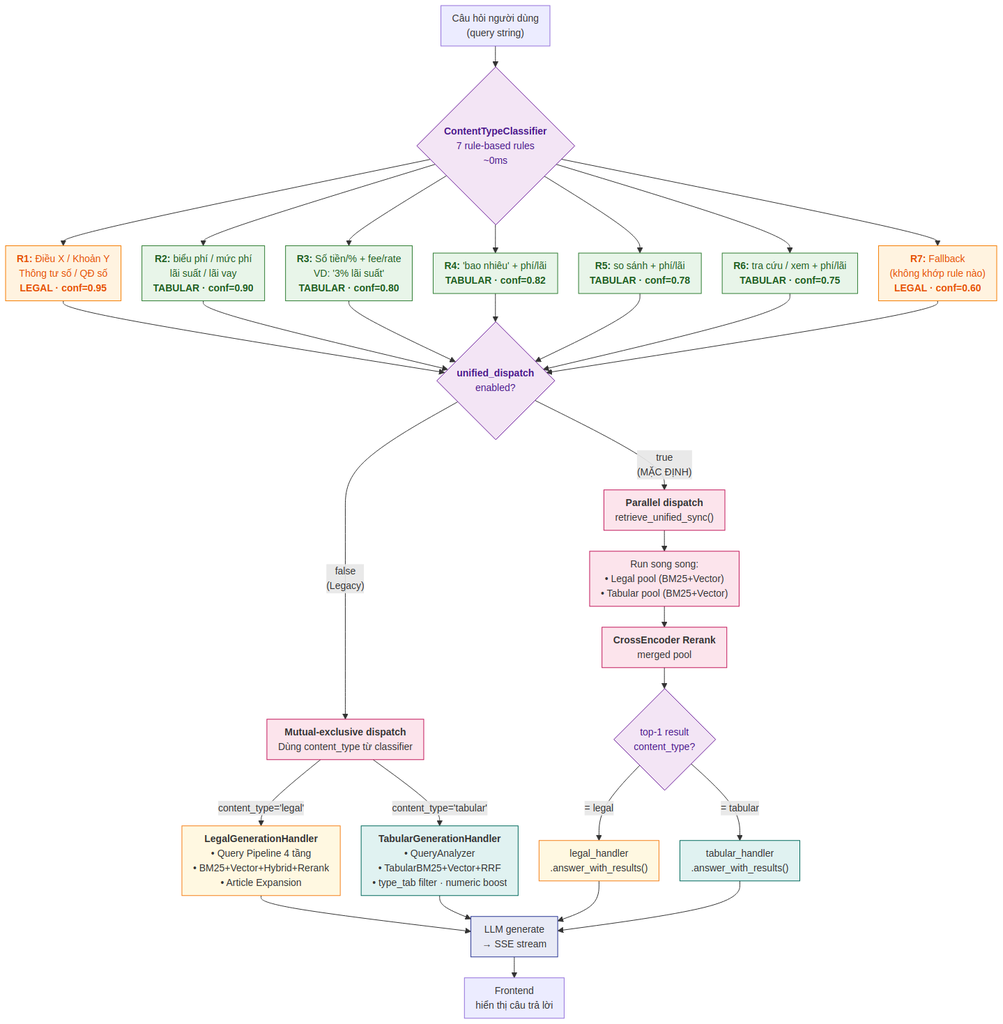
Above: so_do_RAG_TaiLieu/png/phan_1/hinh_6_1_dispatch_logic.png in HungNqItca/RAG-chatbot-docs (Mermaid), before the change. Its source is kept beside it as so_do_RAG_TaiLieu/mermaid/phan_1/hinh_6_1_dispatch_logic.mmd. Source of this version:
```mermaid
flowchart TB
    Q["Câu hỏi người dùng<br/>(query string)"]

    CLF{"<b>ContentTypeClassifier</b><br/>7 rule-based rules<br/>~0ms"}

    R1["<b>R1:</b> Điều X / Khoản Y<br/>Thông tư số / QĐ số<br/><b>LEGAL · conf=0.95</b>"]
    R2["<b>R2:</b> biểu phí / mức phí<br/>lãi suất / lãi vay<br/><b>TABULAR · conf=0.90</b>"]
    R3["<b>R3:</b> Số tiền/% + fee/rate<br/>VD: '3% lãi suất'<br/><b>TABULAR · conf=0.80</b>"]
    R4["<b>R4:</b> 'bao nhiêu' + phí/lãi<br/><b>TABULAR · conf=0.82</b>"]
    R5["<b>R5:</b> so sánh + phí/lãi<br/><b>TABULAR · conf=0.78</b>"]
    R6["<b>R6:</b> tra cứu / xem + phí/lãi<br/><b>TABULAR · conf=0.75</b>"]
    R7["<b>R7:</b> Fallback<br/>(không khớp rule nào)<br/><b>LEGAL · conf=0.60</b>"]

    UD{"<b>unified_dispatch</b><br/>enabled?"}

    UD_T["<b>Parallel dispatch</b><br/>retrieve_unified_sync()"]
    UD_T2["Run song song:<br/>• Legal pool (BM25+Vector)<br/>• Tabular pool (BM25+Vector)"]
    UD_T3["<b>CrossEncoder Rerank</b><br/>merged pool"]
    UD_T4{"top-1 result<br/>content_type?"}

    UD_F["<b>Mutual-exclusive dispatch</b><br/>Dùng content_type từ classifier"]

    LH["<b>LegalGenerationHandler</b><br/>• Query Pipeline 4 tầng<br/>• BM25+Vector+Hybrid+Rerank<br/>• Article Expansion"]
    TH["<b>TabularGenerationHandler</b><br/>• QueryAnalyzer<br/>• TabularBM25+Vector+RRF<br/>• type_tab filter · numeric boost"]
    LH2["legal_handler<br/>.answer_with_results()"]
    TH2["tabular_handler<br/>.answer_with_results()"]

    LLM["LLM generate<br/>→ SSE stream"]
    OUT["Frontend<br/>hiển thị câu trả lời"]

    Q --> CLF
    CLF --> R1
    CLF --> R2
    CLF --> R3
    CLF --> R4
    CLF --> R5
    CLF --> R6
    CLF --> R7

    R1 --> UD
    R2 --> UD
    R3 --> UD
    R4 --> UD
    R5 --> UD
    R6 --> UD
    R7 --> UD

    UD -->|"true<br/>(MẶC ĐỊNH)"| UD_T
    UD -->|"false<br/>(Legacy)"| UD_F

    UD_T --> UD_T2
    UD_T2 --> UD_T3
    UD_T3 --> UD_T4
    UD_T4 -->|"= legal"| LH2
    UD_T4 -->|"= tabular"| TH2

    UD_F -->|"content_type='legal'"| LH
    UD_F -->|"content_type='tabular'"| TH

    LH --> LLM
    TH --> LLM
    LH2 --> LLM
    TH2 --> LLM
    LLM --> OUT

    classDef rule_legal fill:#FFF3E0,stroke:#F57C00,color:#E65100
    classDef rule_tabular fill:#E8F5E9,stroke:#2E7D32,color:#1B5E20
    classDef decision fill:#F3E5F5,stroke:#6A1B9A,color:#4A148C
    classDef handler_legal fill:#FFF8E1,stroke:#F57F17
    classDef handler_tabular fill:#E0F2F1,stroke:#00695C
    classDef dispatch fill:#FCE4EC,stroke:#C2185B
    classDef llm fill:#E8EAF6,stroke:#283593

    class R1,R7 rule_legal
    class R2,R3,R4,R5,R6 rule_tabular
    class CLF,UD,UD_T4 decision
    class LH,LH2 handler_legal
    class TH,TH2 handler_tabular
    class UD_T,UD_T2,UD_T3,UD_F dispatch
    class LLM llm
```
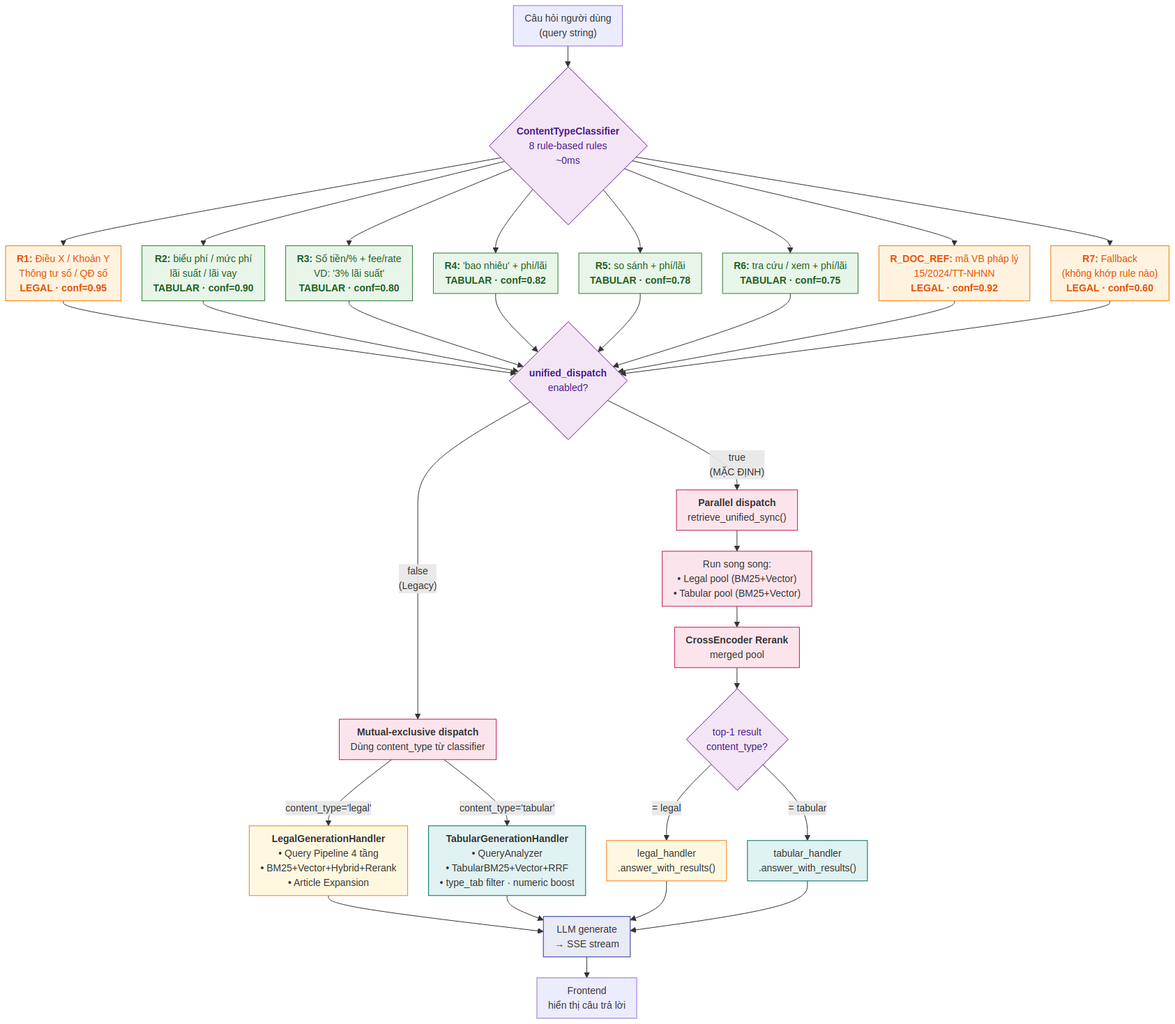
After the commit.

Diff of the diagram source:
```diff
@@ -1,7 +1,7 @@
 flowchart TB
     Q["Câu hỏi người dùng<br/>(query string)"]
 
-    CLF{"<b>ContentTypeClassifier</b><br/>7 rule-based rules<br/>~0ms"}
+    CLF{"<b>ContentTypeClassifier</b><br/>8 rule-based rules<br/>~0ms"}
 
     R1["<b>R1:</b> Điều X / Khoản Y<br/>Thông tư số / QĐ số<br/><b>LEGAL · conf=0.95</b>"]
     R2["<b>R2:</b> biểu phí / mức phí<br/>lãi suất / lãi vay<br/><b>TABULAR · conf=0.90</b>"]
@@ -9,6 +9,7 @@
     R4["<b>R4:</b> 'bao nhiêu' + phí/lãi<br/><b>TABULAR · conf=0.82</b>"]
     R5["<b>R5:</b> so sánh + phí/lãi<br/><b>TABULAR · conf=0.78</b>"]
     R6["<b>R6:</b> tra cứu / xem + phí/lãi<br/><b>TABULAR · conf=0.75</b>"]
+    RDR["<b>R_DOC_REF:</b> mã VB pháp lý<br/>15/2024/TT-NHNN<br/><b>LEGAL · conf=0.92</b>"]
     R7["<b>R7:</b> Fallback<br/>(không khớp rule nào)<br/><b>LEGAL · conf=0.60</b>"]
 
     UD{"<b>unified_dispatch</b><br/>enabled?"}
@@ -35,6 +36,7 @@
     CLF --> R4
     CLF --> R5
     CLF --> R6
+    CLF --> RDR
     CLF --> R7
 
     R1 --> UD
@@ -43,6 +45,7 @@
     R4 --> UD
     R5 --> UD
     R6 --> UD
+    RDR --> UD
     R7 --> UD
 
     UD -->|"true<br/>(MẶC ĐỊNH)"| UD_T
@@ -71,7 +74,7 @@
     classDef dispatch fill:#FCE4EC,stroke:#C2185B
     classDef llm fill:#E8EAF6,stroke:#283593
 
-    class R1,R7 rule_legal
+    class R1,R7,RDR rule_legal
     class R2,R3,R4,R5,R6 rule_tabular
     class CLF,UD,UD_T4 decision
     class LH,LH2 handler_legal
```
